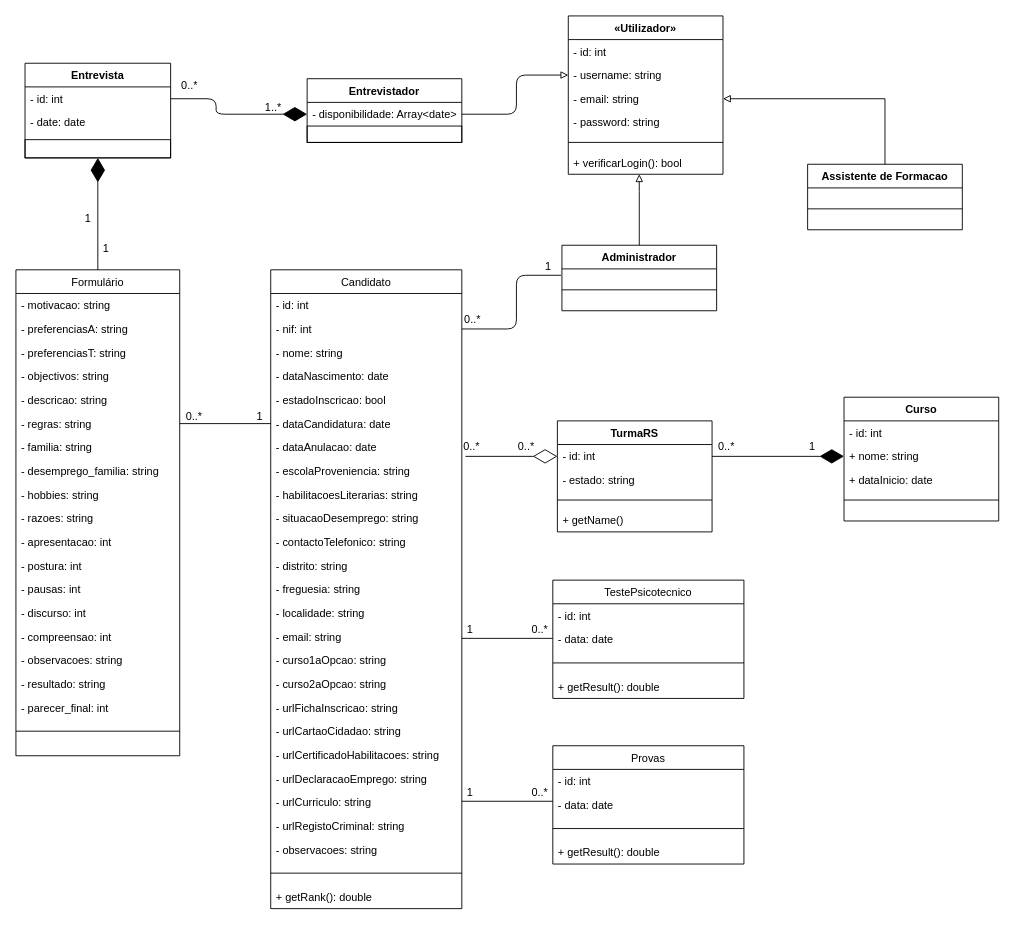
Above: Docs/Diagrama de Classes.drawio in blestonbandeira/grs (draw.io), before the change. Source tidied: cells renumbered, new cells numbered last; positions are measured from the earlier drawing's top-left corner, leaving out a move shared by most shapes. Both pictures are drawn from the tidied source at 91%, with x=0, y=0 at pixel (15, 15).
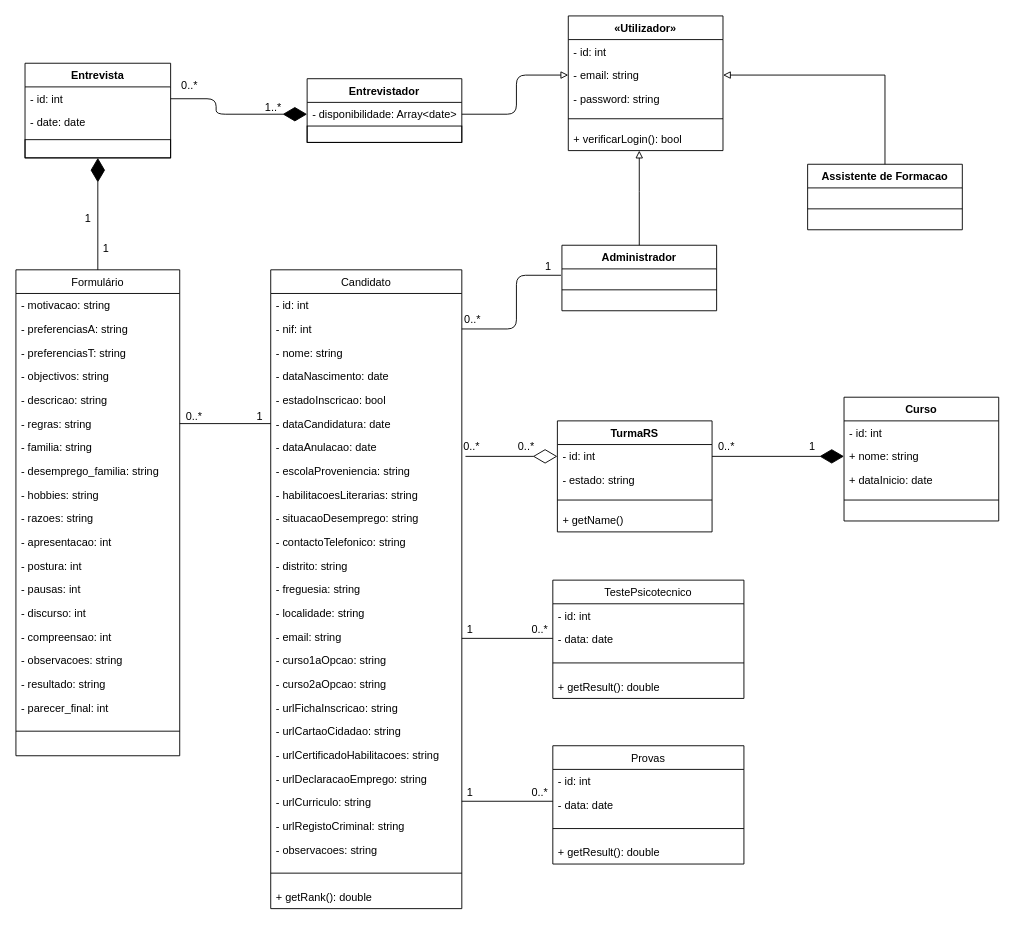
The same diagram, later.

The change refers to these unchanged cells:
```xml
<mxCell id="8" value="- disponibilidade: Array&lt;date&gt;" style="text;strokeColor=none;fillColor=none;align=left;verticalAlign=top;spacingLeft=4;spacingRight=4;overflow=hidden;points=[[0,0.5],[1,0.5]];portConstraint=eastwest;" parent="7" vertex="1">
  <mxGeometry y="26" width="170" height="26" as="geometry" />
</mxCell>
```

Diff of the diagram source:
```diff
@@
     <mxCell id="106" value="«Utilizador»" style="swimlane;fontStyle=1;align=center;verticalAlign=top;horizontal=1;startSize=26;" parent="1" vertex="1">
-      <mxGeometry x="607" width="170" height="174" as="geometry" />
+      <mxGeometry x="607" width="170" height="148" as="geometry" />
     </mxCell>
@@
-    <mxCell id="108" value="- username: string" style="text;strokeColor=none;fillColor=none;align=left;verticalAlign=top;spacingLeft=4;spacingRight=4;overflow=hidden;points=[[0,0.5],[1,0.5]];portConstraint=eastwest;" parent="106" vertex="1">
-      <mxGeometry y="52" width="170" height="26" as="geometry" />
-    </mxCell>
     <mxCell id="109" value="- email: string" style="text;strokeColor=none;fillColor=none;align=left;verticalAlign=top;spacingLeft=4;spacingRight=4;overflow=hidden;points=[[0,0.5],[1,0.5]];portConstraint=eastwest;" parent="106" vertex="1">
-      <mxGeometry y="78" width="170" height="26" as="geometry" />
+      <mxGeometry y="52" width="170" height="26" as="geometry" />
     </mxCell>
     <mxCell id="110" value="- password: string" style="text;strokeColor=none;fillColor=none;align=left;verticalAlign=top;spacingLeft=4;spacingRight=4;overflow=hidden;" parent="106" vertex="1">
-      <mxGeometry y="104" width="170" height="26" as="geometry" />
+      <mxGeometry y="78" width="170" height="26" as="geometry" />
     </mxCell>
     <mxCell id="111" style="line;strokeWidth=1;fillColor=none;align=left;verticalAlign=middle;spacingTop=-1;spacingLeft=3;spacingRight=3;labelPosition=right;" parent="106" vertex="1">
-      <mxGeometry y="130" width="170" height="18" as="geometry" />
+      <mxGeometry y="104" width="170" height="18" as="geometry" />
     </mxCell>
     <mxCell id="112" value="+ verificarLogin(): bool" style="text;strokeColor=none;fillColor=none;align=left;verticalAlign=top;spacingLeft=4;spacingRight=4;overflow=hidden;" parent="106" vertex="1">
-      <mxGeometry y="148" width="170" height="26" as="geometry" />
+      <mxGeometry y="122" width="170" height="26" as="geometry" />
     </mxCell>
@@
-    <mxCell id="118" style="endArrow=none;html=1;exitX=0;exitY=0.5;exitDx=0;exitDy=0;entryX=1;entryY=0.5;entryDx=0;entryDy=0;endFill=0;startArrow=block;startFill=0;" parent="1" edge="1" source="108" target="8">
+    <mxCell id="118" style="endArrow=none;html=1;exitX=0;exitY=0.5;exitDx=0;exitDy=0;entryX=1;entryY=0.5;entryDx=0;entryDy=0;endFill=0;startArrow=block;startFill=0;" parent="1" edge="1" target="8">
       <mxGeometry relative="1" as="geometry">
+        <mxPoint x="607" y="65" as="sourcePoint" />
         <Array as="points">
           <mxPoint x="550" y="65" />
           <mxPoint x="550" y="108" />
         </Array>
       </mxGeometry>
     </mxCell>
```
